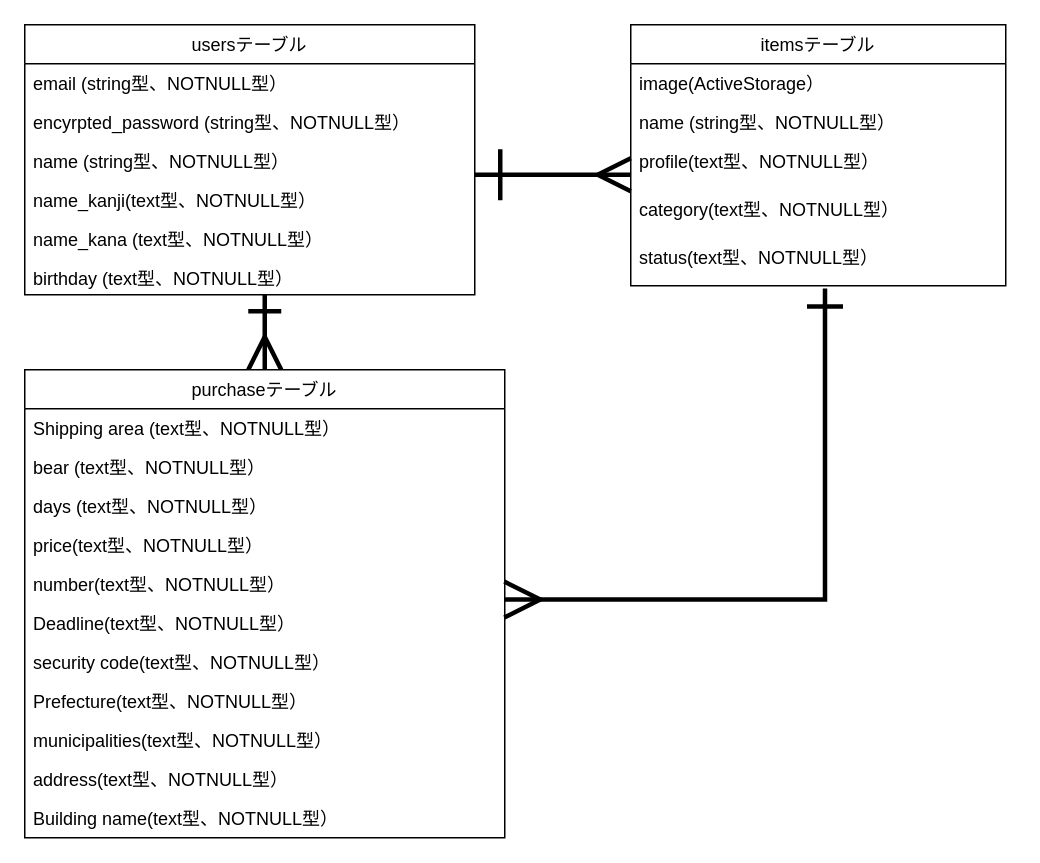
This is er図.dio from inoue1231/furima-36584, a draw.io file, before an edit. Source tidied: cells renumbered, new cells numbered last; positions are measured from the earlier drawing's top-left corner, leaving out a move shared by most shapes. Both pictures are drawn from the tidied source at 150%, with x=0, y=0 at pixel (24, 24).
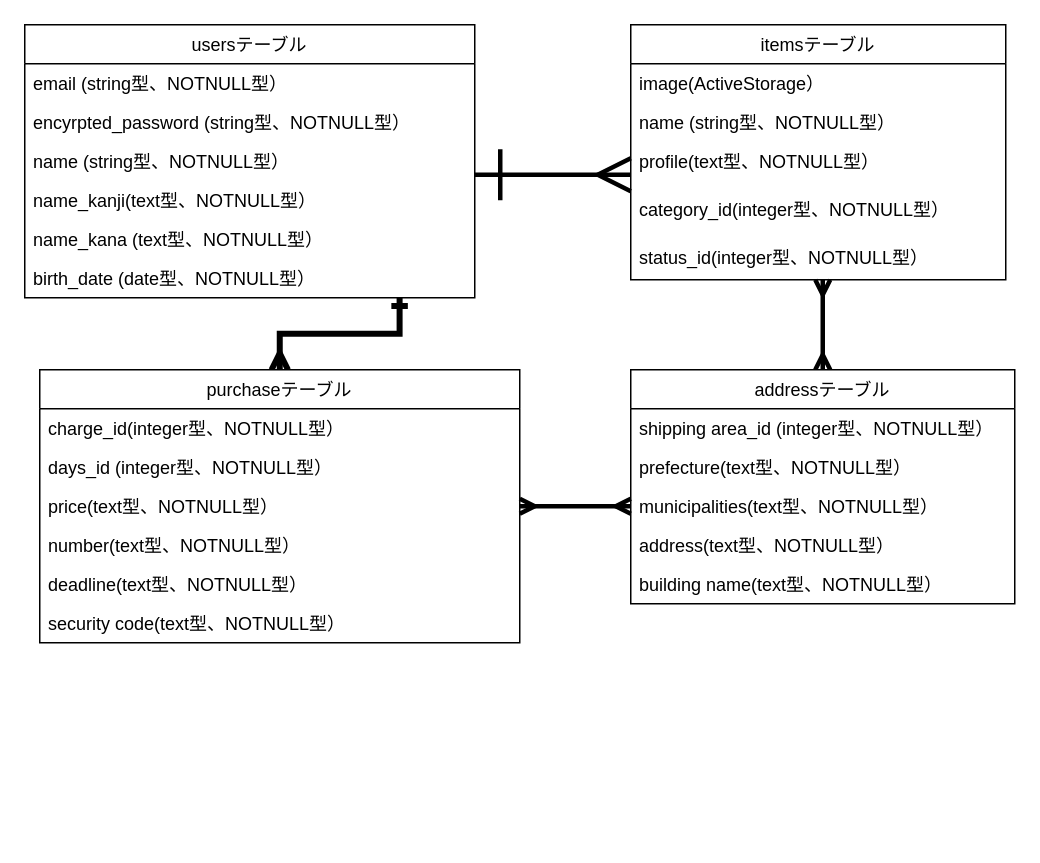
Above is the later version.

The edit, as a diff of the source:
```diff
@@
     <mxCell id="2" value="usersテーブル" style="swimlane;fontStyle=0;horizontal=1;startSize=26;" parent="1" vertex="1">
-      <mxGeometry width="300" height="180" as="geometry" />
+      <mxGeometry width="300" height="182" as="geometry" />
     </mxCell>
@@
+    <mxCell id="31" value="name_kana (text型、NOTNULL型）" style="text;strokeColor=none;fillColor=none;align=left;verticalAlign=top;spacingLeft=4;spacingRight=4;overflow=hidden;" parent="2" vertex="1">
+      <mxGeometry y="130" width="300" height="26" as="geometry" />
+    </mxCell>
-    <mxCell id="7" value="name_kana (text型、NOTNULL型）" style="text;strokeColor=none;fillColor=none;align=left;verticalAlign=top;spacingLeft=4;spacingRight=4;overflow=hidden;points=[[0,0.5],[1,0.5]];portConstraint=eastwest;" parent="2" vertex="1">
-      <mxGeometry y="130" width="300" height="26" as="geometry" />
+    <mxCell id="7" value="birth_date (date型、NOTNULL型）" style="text;strokeColor=none;fillColor=none;align=left;verticalAlign=top;spacingLeft=4;spacingRight=4;overflow=hidden;points=[[0,0.5],[1,0.5]];portConstraint=eastwest;" parent="2" vertex="1">
+      <mxGeometry y="156" width="300" height="26" as="geometry" />
     </mxCell>
-    <mxCell id="8" value="birthday (text型、NOTNULL型）" style="text;strokeColor=none;fillColor=none;align=left;verticalAlign=top;spacingLeft=4;spacingRight=4;overflow=hidden;points=[[0,0.5],[1,0.5]];portConstraint=eastwest;" parent="2" vertex="1">
-      <mxGeometry y="156" width="300" height="24" as="geometry" />
-    </mxCell>
     <mxCell id="9" value="itemsテーブル" style="swimlane;fontStyle=0;horizontal=1;startSize=26;" parent="1" vertex="1">
-      <mxGeometry x="404" width="250" height="174" as="geometry" />
+      <mxGeometry x="404" width="250" height="170" as="geometry" />
     </mxCell>
@@
-    <mxCell id="13" value="category(text型、NOTNULL型）" style="text;strokeColor=none;fillColor=none;align=left;verticalAlign=top;spacingLeft=4;spacingRight=4;overflow=hidden;" parent="9" vertex="1">
+    <mxCell id="13" value="category_id(integer型、NOTNULL型）" style="text;strokeColor=none;fillColor=none;align=left;verticalAlign=top;spacingLeft=4;spacingRight=4;overflow=hidden;" parent="9" vertex="1">
       <mxGeometry y="110" width="250" height="32" as="geometry" />
     </mxCell>
-    <mxCell id="14" value="status(text型、NOTNULL型）" style="text;strokeColor=none;fillColor=none;align=left;verticalAlign=top;spacingLeft=4;spacingRight=4;overflow=hidden;points=[[0,0.5],[1,0.5]];portConstraint=eastwest;" parent="9" vertex="1">
-      <mxGeometry y="142" width="250" height="32" as="geometry" />
+    <mxCell id="14" value="status_id(integer型、NOTNULL型）" style="text;strokeColor=none;fillColor=none;align=left;verticalAlign=top;spacingLeft=4;spacingRight=4;overflow=hidden;points=[[0,0.5],[1,0.5]];portConstraint=eastwest;" parent="9" vertex="1">
+      <mxGeometry y="142" width="250" height="28" as="geometry" />
     </mxCell>
@@
-    <mxCell id="16" style="edgeStyle=orthogonalEdgeStyle;rounded=0;jettySize=auto;html=1;exitX=0.5;exitY=0;exitDx=0;exitDy=0;startArrow=ERmany;startFill=0;endArrow=ERone;endFill=0;strokeWidth=3;endSize=18;startSize=18;" parent="1" edge="1" source="17" target="8">
-      <mxGeometry relative="1" as="geometry">
-        <Array as="points">
-          <mxPoint x="160" y="205" />
-          <mxPoint x="160" y="205" />
-        </Array>
-      </mxGeometry>
-    </mxCell>
+    <mxCell id="32" style="edgeStyle=orthogonalEdgeStyle;rounded=0;jettySize=auto;html=1;startArrow=ERmany;startFill=0;endArrow=ERone;endFill=0;strokeWidth=4;entryX=0.833;entryY=1;entryDx=0;entryDy=0;entryPerimeter=0;" parent="1" edge="1" source="17" target="7">
+      <mxGeometry relative="1" as="geometry" />
+    </mxCell>
     <mxCell id="17" value="purchaseテーブル" style="swimlane;fontStyle=0;horizontal=1;startSize=26;" parent="1" vertex="1">
-      <mxGeometry y="230" width="320" height="312" as="geometry" />
+      <mxGeometry x="10" y="230" width="320" height="182" as="geometry" />
     </mxCell>
-    <mxCell id="18" value="Shipping area (text型、NOTNULL型）" style="text;strokeColor=none;fillColor=none;align=left;verticalAlign=top;spacingLeft=4;spacingRight=4;overflow=hidden;" parent="17" vertex="1">
-      <mxGeometry y="26" width="320" height="26" as="geometry" />
-    </mxCell>
-    <mxCell id="19" value="bear (text型、NOTNULL型）" style="text;strokeColor=none;fillColor=none;align=left;verticalAlign=top;spacingLeft=4;spacingRight=4;overflow=hidden;" parent="17" vertex="1">
-      <mxGeometry y="52" width="320" height="26" as="geometry" />
+    <mxCell id="19" value="charge_id(integer型、NOTNULL型）" style="text;strokeColor=none;fillColor=none;align=left;verticalAlign=top;spacingLeft=4;spacingRight=4;overflow=hidden;" parent="17" vertex="1">
+      <mxGeometry y="26" width="320" height="26" as="geometry" />
     </mxCell>
-    <mxCell id="20" value="days (text型、NOTNULL型）" style="text;strokeColor=none;fillColor=none;align=left;verticalAlign=top;spacingLeft=4;spacingRight=4;overflow=hidden;" parent="17" vertex="1">
-      <mxGeometry y="78" width="320" height="26" as="geometry" />
+    <mxCell id="20" value="days_id (integer型、NOTNULL型）" style="text;strokeColor=none;fillColor=none;align=left;verticalAlign=top;spacingLeft=4;spacingRight=4;overflow=hidden;" parent="17" vertex="1">
+      <mxGeometry y="52" width="320" height="26" as="geometry" />
     </mxCell>
     <mxCell id="21" value="price(text型、NOTNULL型）" style="text;strokeColor=none;fillColor=none;align=left;verticalAlign=top;spacingLeft=4;spacingRight=4;overflow=hidden;points=[[0,0.5],[1,0.5]];portConstraint=eastwest;" parent="17" vertex="1">
-      <mxGeometry y="104" width="320" height="26" as="geometry" />
+      <mxGeometry y="78" width="320" height="26" as="geometry" />
     </mxCell>
     <mxCell id="22" value="number(text型、NOTNULL型）" style="text;strokeColor=none;fillColor=none;align=left;verticalAlign=top;spacingLeft=4;spacingRight=4;overflow=hidden;" parent="17" vertex="1">
-      <mxGeometry y="130" width="320" height="26" as="geometry" />
+      <mxGeometry y="104" width="320" height="26" as="geometry" />
     </mxCell>
-    <mxCell id="23" value="Deadline(text型、NOTNULL型）" style="text;strokeColor=none;fillColor=none;align=left;verticalAlign=top;spacingLeft=4;spacingRight=4;overflow=hidden;points=[[0,0.5],[1,0.5]];portConstraint=eastwest;" parent="17" vertex="1">
-      <mxGeometry y="156" width="320" height="26" as="geometry" />
+    <mxCell id="23" value="deadline(text型、NOTNULL型）" style="text;strokeColor=none;fillColor=none;align=left;verticalAlign=top;spacingLeft=4;spacingRight=4;overflow=hidden;points=[[0,0.5],[1,0.5]];portConstraint=eastwest;" parent="17" vertex="1">
+      <mxGeometry y="130" width="320" height="26" as="geometry" />
     </mxCell>
     <mxCell id="24" value="security code(text型、NOTNULL型）" style="text;strokeColor=none;fillColor=none;align=left;verticalAlign=top;spacingLeft=4;spacingRight=4;overflow=hidden;" parent="17" vertex="1">
-      <mxGeometry y="182" width="320" height="26" as="geometry" />
+      <mxGeometry y="156" width="320" height="26" as="geometry" />
     </mxCell>
-    <mxCell id="25" value="Prefecture(text型、NOTNULL型）" style="text;strokeColor=none;fillColor=none;align=left;verticalAlign=top;spacingLeft=4;spacingRight=4;overflow=hidden;" parent="17" vertex="1">
-      <mxGeometry y="208" width="320" height="26" as="geometry" />
-    </mxCell>
+    <mxCell id="29" style="edgeStyle=orthogonalEdgeStyle;rounded=0;orthogonalLoop=1;jettySize=auto;html=1;endArrow=ERmany;endFill=0;startSize=30;strokeWidth=3;startArrow=ERone;startFill=0;endSize=18;" parent="1" edge="1">
+      <mxGeometry relative="1" as="geometry">
+        <mxPoint x="300" y="100" as="sourcePoint" />
+        <mxPoint x="404" y="100" as="targetPoint" />
+        <Array as="points">
+          <mxPoint x="300" y="100" />
+          <mxPoint x="404" y="100" />
+        </Array>
+      </mxGeometry>
+    </mxCell>
+    <mxCell id="33" style="edgeStyle=orthogonalEdgeStyle;rounded=0;jettySize=auto;html=1;exitX=0.5;exitY=0;exitDx=0;exitDy=0;entryX=0.512;entryY=1;entryDx=0;entryDy=0;entryPerimeter=0;startArrow=ERmany;startFill=0;strokeWidth=3;endArrow=ERmany;endFill=0;" parent="1" edge="1" source="34" target="14">
+      <mxGeometry relative="1" as="geometry" />
+    </mxCell>
+    <mxCell id="34" value="addressテーブル" style="swimlane;fontStyle=0;horizontal=1;startSize=26;" parent="1" vertex="1">
+      <mxGeometry x="404" y="230" width="256" height="156" as="geometry" />
+    </mxCell>
+    <mxCell id="35" value="shipping area_id (integer型、NOTNULL型）" style="text;strokeColor=none;fillColor=none;align=left;verticalAlign=top;spacingLeft=4;spacingRight=4;overflow=hidden;" parent="34" vertex="1">
+      <mxGeometry y="26" width="256" height="26" as="geometry" />
+    </mxCell>
+    <mxCell id="36" value="prefecture(text型、NOTNULL型）" style="text;strokeColor=none;fillColor=none;align=left;verticalAlign=top;spacingLeft=4;spacingRight=4;overflow=hidden;" parent="34" vertex="1">
+      <mxGeometry y="52" width="256" height="26" as="geometry" />
+    </mxCell>
-    <mxCell id="26" value="municipalities(text型、NOTNULL型）" style="text;strokeColor=none;fillColor=none;align=left;verticalAlign=top;spacingLeft=4;spacingRight=4;overflow=hidden;points=[[0,0.5],[1,0.5]];portConstraint=eastwest;" parent="17" vertex="1">
-      <mxGeometry y="234" width="320" height="26" as="geometry" />
+    <mxCell id="26" value="municipalities(text型、NOTNULL型）" style="text;strokeColor=none;fillColor=none;align=left;verticalAlign=top;spacingLeft=4;spacingRight=4;overflow=hidden;points=[[0,0.5],[1,0.5]];portConstraint=eastwest;" parent="34" vertex="1">
+      <mxGeometry y="78" width="256" height="26" as="geometry" />
     </mxCell>
-    <mxCell id="27" value="address(text型、NOTNULL型）" style="text;strokeColor=none;fillColor=none;align=left;verticalAlign=top;spacingLeft=4;spacingRight=4;overflow=hidden;" parent="17" vertex="1">
-      <mxGeometry y="260" width="320" height="26" as="geometry" />
+    <mxCell id="27" value="address(text型、NOTNULL型）" style="text;strokeColor=none;fillColor=none;align=left;verticalAlign=top;spacingLeft=4;spacingRight=4;overflow=hidden;" parent="34" vertex="1">
+      <mxGeometry y="104" width="256" height="26" as="geometry" />
     </mxCell>
-    <mxCell id="28" value="Building name(text型、NOTNULL型）" style="text;strokeColor=none;fillColor=none;align=left;verticalAlign=top;spacingLeft=4;spacingRight=4;overflow=hidden;" parent="17" vertex="1">
-      <mxGeometry y="286" width="320" height="26" as="geometry" />
-    </mxCell>
-    <mxCell id="29" style="edgeStyle=orthogonalEdgeStyle;rounded=0;orthogonalLoop=1;jettySize=auto;html=1;endArrow=ERmany;endFill=0;startSize=30;strokeWidth=3;startArrow=ERone;startFill=0;endSize=18;" parent="1" edge="1">
-      <mxGeometry relative="1" as="geometry">
-        <mxPoint x="300" y="100" as="sourcePoint" />
-        <mxPoint x="404" y="100" as="targetPoint" />
-        <Array as="points">
-          <mxPoint x="300" y="100" />
-          <mxPoint x="404" y="100" />
-        </Array>
-      </mxGeometry>
-    </mxCell>
-    <mxCell id="30" style="edgeStyle=orthogonalEdgeStyle;rounded=0;jettySize=auto;html=1;exitX=0.518;exitY=1.055;exitDx=0;exitDy=0;entryX=0.999;entryY=-0.106;entryDx=0;entryDy=0;entryPerimeter=0;exitPerimeter=0;endArrow=ERmany;endFill=0;startArrow=ERone;startFill=0;endSize=20;startSize=20;strokeWidth=3;" parent="1" edge="1" source="14" target="23">
-      <mxGeometry relative="1" as="geometry">
-        <Array as="points">
-          <mxPoint x="534" y="383" />
-        </Array>
-      </mxGeometry>
-    </mxCell>
+    <mxCell id="37" value="building name(text型、NOTNULL型）" style="text;strokeColor=none;fillColor=none;align=left;verticalAlign=top;spacingLeft=4;spacingRight=4;overflow=hidden;" parent="34" vertex="1">
+      <mxGeometry y="130" width="256" height="26" as="geometry" />
+    </mxCell>
+    <mxCell id="38" style="edgeStyle=orthogonalEdgeStyle;rounded=0;jettySize=auto;html=1;exitX=1;exitY=0.5;exitDx=0;exitDy=0;entryX=0;entryY=0.5;entryDx=0;entryDy=0;startArrow=ERmany;startFill=0;endArrow=ERmany;endFill=0;strokeWidth=3;" parent="1" edge="1" source="21" target="26">
+      <mxGeometry relative="1" as="geometry" />
+    </mxCell>
```
